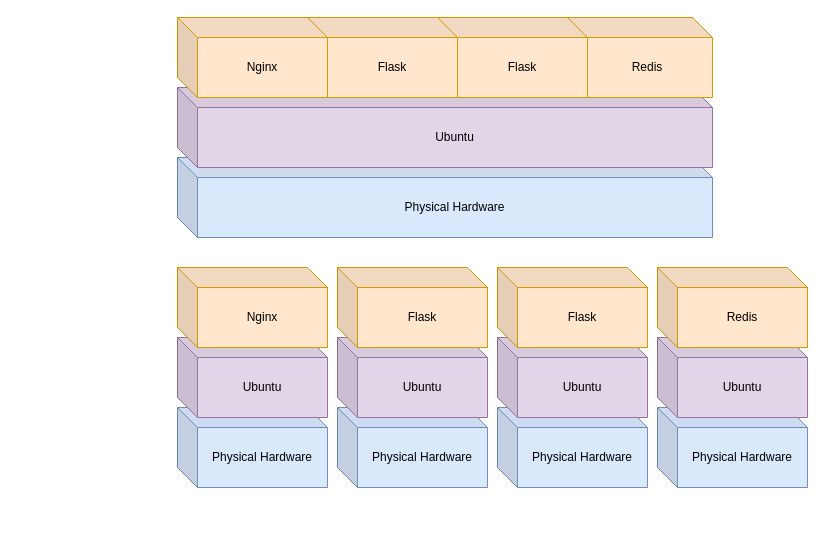
Above: page "bare-metal-deployment" (9 of 10) of slides/resources/diagrams.drawio in nych/docker-in-a-nutshell (draw.io), before the change. Source tidied: cells renumbered, new cells numbered last; positions are measured from the earlier drawing's top-left corner, leaving out a move shared by most shapes. Both pictures are drawn from the tidied source at 100%, with x=0, y=0 at pixel (177, 17).
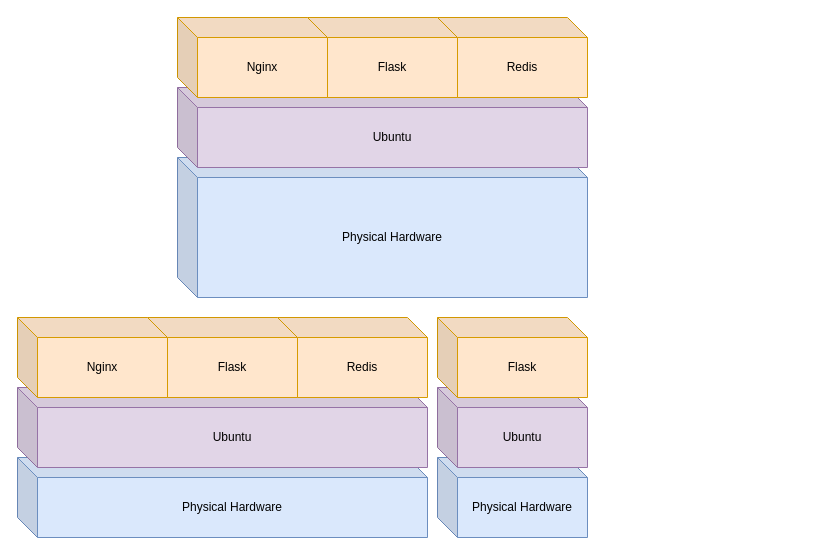
Above is the later version.

Change to the diagram source:
```diff
@@
-    <mxCell id="2" value="Physical Hardware" style="shape=cube;whiteSpace=wrap;html=1;boundedLbl=1;backgroundOutline=1;darkOpacity=0.05;darkOpacity2=0.1;fillColor=#dae8fc;strokeColor=#6c8ebf;" parent="1" vertex="1">
-      <mxGeometry y="390" width="150" height="80" as="geometry" />
-    </mxCell>
-    <mxCell id="3" value="Ubuntu" style="shape=cube;whiteSpace=wrap;html=1;boundedLbl=1;backgroundOutline=1;darkOpacity=0.05;darkOpacity2=0.1;fillColor=#e1d5e7;strokeColor=#9673a6;" parent="1" vertex="1">
-      <mxGeometry y="320" width="150" height="80" as="geometry" />
-    </mxCell>
-    <mxCell id="4" value="Nginx" style="shape=cube;whiteSpace=wrap;html=1;boundedLbl=1;backgroundOutline=1;darkOpacity=0.05;darkOpacity2=0.1;fillColor=#ffe6cc;strokeColor=#d79b00;" parent="1" vertex="1">
-      <mxGeometry y="250" width="150" height="80" as="geometry" />
-    </mxCell>
-    <mxCell id="5" value="Physical Hardware" style="shape=cube;whiteSpace=wrap;html=1;boundedLbl=1;backgroundOutline=1;darkOpacity=0.05;darkOpacity2=0.1;fillColor=#dae8fc;strokeColor=#6c8ebf;" parent="1" vertex="1">
-      <mxGeometry x="160" y="390" width="150" height="80" as="geometry" />
-    </mxCell>
-    <mxCell id="6" value="Ubuntu" style="shape=cube;whiteSpace=wrap;html=1;boundedLbl=1;backgroundOutline=1;darkOpacity=0.05;darkOpacity2=0.1;fillColor=#e1d5e7;strokeColor=#9673a6;" parent="1" vertex="1">
-      <mxGeometry x="160" y="320" width="150" height="80" as="geometry" />
-    </mxCell>
-    <mxCell id="7" value="Flask" style="shape=cube;whiteSpace=wrap;html=1;boundedLbl=1;backgroundOutline=1;darkOpacity=0.05;darkOpacity2=0.1;fillColor=#ffe6cc;strokeColor=#d79b00;" parent="1" vertex="1">
-      <mxGeometry x="160" y="250" width="150" height="80" as="geometry" />
-    </mxCell>
-    <mxCell id="8" value="Physical Hardware" style="shape=cube;whiteSpace=wrap;html=1;boundedLbl=1;backgroundOutline=1;darkOpacity=0.05;darkOpacity2=0.1;fillColor=#dae8fc;strokeColor=#6c8ebf;" parent="1" vertex="1">
-      <mxGeometry x="320" y="390" width="150" height="80" as="geometry" />
-    </mxCell>
-    <mxCell id="9" value="Ubuntu" style="shape=cube;whiteSpace=wrap;html=1;boundedLbl=1;backgroundOutline=1;darkOpacity=0.05;darkOpacity2=0.1;fillColor=#e1d5e7;strokeColor=#9673a6;" parent="1" vertex="1">
-      <mxGeometry x="320" y="320" width="150" height="80" as="geometry" />
-    </mxCell>
-    <mxCell id="10" value="Flask" style="shape=cube;whiteSpace=wrap;html=1;boundedLbl=1;backgroundOutline=1;darkOpacity=0.05;darkOpacity2=0.1;fillColor=#ffe6cc;strokeColor=#d79b00;" parent="1" vertex="1">
-      <mxGeometry x="320" y="250" width="150" height="80" as="geometry" />
-    </mxCell>
-    <mxCell id="11" value="Physical Hardware" style="shape=cube;whiteSpace=wrap;html=1;boundedLbl=1;backgroundOutline=1;darkOpacity=0.05;darkOpacity2=0.1;fillColor=#dae8fc;strokeColor=#6c8ebf;" parent="1" vertex="1">
-      <mxGeometry x="480" y="390" width="150" height="80" as="geometry" />
-    </mxCell>
-    <mxCell id="12" value="Ubuntu" style="shape=cube;whiteSpace=wrap;html=1;boundedLbl=1;backgroundOutline=1;darkOpacity=0.05;darkOpacity2=0.1;fillColor=#e1d5e7;strokeColor=#9673a6;" parent="1" vertex="1">
-      <mxGeometry x="480" y="320" width="150" height="80" as="geometry" />
-    </mxCell>
-    <mxCell id="13" value="Redis" style="shape=cube;whiteSpace=wrap;html=1;boundedLbl=1;backgroundOutline=1;darkOpacity=0.05;darkOpacity2=0.1;fillColor=#ffe6cc;strokeColor=#d79b00;" parent="1" vertex="1">
-      <mxGeometry x="480" y="250" width="150" height="80" as="geometry" />
-    </mxCell>
     <mxCell id="14" value="Physical Hardware" style="shape=cube;whiteSpace=wrap;html=1;boundedLbl=1;backgroundOutline=1;darkOpacity=0.05;darkOpacity2=0.1;fillColor=#dae8fc;strokeColor=#6c8ebf;" parent="1" vertex="1">
-      <mxGeometry y="140" width="535" height="80" as="geometry" />
+      <mxGeometry y="140" width="410" height="140" as="geometry" />
     </mxCell>
     <mxCell id="15" value="Ubuntu" style="shape=cube;whiteSpace=wrap;html=1;boundedLbl=1;backgroundOutline=1;darkOpacity=0.05;darkOpacity2=0.1;fillColor=#e1d5e7;strokeColor=#9673a6;" parent="1" vertex="1">
-      <mxGeometry y="70" width="535" height="80" as="geometry" />
+      <mxGeometry y="70" width="410" height="80" as="geometry" />
     </mxCell>
-    <mxCell id="16" style="group;" parent="1" vertex="1">
-      <mxGeometry width="535" height="80" as="geometry" />
-    </mxCell>
+    <mxCell id="21" style="group;" parent="1" vertex="1">
+      <mxGeometry width="410" height="80" as="geometry" />
+    </mxCell>
-    <mxCell id="17" value="Redis" style="shape=cube;whiteSpace=wrap;html=1;boundedLbl=1;backgroundOutline=1;darkOpacity=0.05;darkOpacity2=0.1;fillColor=#ffe6cc;strokeColor=#d79b00;" parent="16" vertex="1">
-      <mxGeometry x="385" width="150" height="80" as="geometry" />
+    <mxCell id="17" value="Redis" style="shape=cube;whiteSpace=wrap;html=1;boundedLbl=1;backgroundOutline=1;darkOpacity=0.05;darkOpacity2=0.1;fillColor=#ffe6cc;strokeColor=#d79b00;" parent="21" vertex="1">
+      <mxGeometry x="260" width="150" height="80" as="geometry" />
     </mxCell>
-    <mxCell id="18" value="Flask" style="shape=cube;whiteSpace=wrap;html=1;boundedLbl=1;backgroundOutline=1;darkOpacity=0.05;darkOpacity2=0.1;fillColor=#ffe6cc;strokeColor=#d79b00;" parent="16" vertex="1">
-      <mxGeometry x="260" width="150" height="80" as="geometry" />
-    </mxCell>
-    <mxCell id="19" value="Flask" style="shape=cube;whiteSpace=wrap;html=1;boundedLbl=1;backgroundOutline=1;darkOpacity=0.05;darkOpacity2=0.1;fillColor=#ffe6cc;strokeColor=#d79b00;" parent="16" vertex="1">
+    <mxCell id="19" value="Flask" style="shape=cube;whiteSpace=wrap;html=1;boundedLbl=1;backgroundOutline=1;darkOpacity=0.05;darkOpacity2=0.1;fillColor=#ffe6cc;strokeColor=#d79b00;" parent="21" vertex="1">
       <mxGeometry x="130" width="150" height="80" as="geometry" />
     </mxCell>
-    <mxCell id="20" value="Nginx" style="shape=cube;whiteSpace=wrap;html=1;boundedLbl=1;backgroundOutline=1;darkOpacity=0.05;darkOpacity2=0.1;fillColor=#ffe6cc;strokeColor=#d79b00;" parent="16" vertex="1">
+    <mxCell id="20" value="Nginx" style="shape=cube;whiteSpace=wrap;html=1;boundedLbl=1;backgroundOutline=1;darkOpacity=0.05;darkOpacity2=0.1;fillColor=#ffe6cc;strokeColor=#d79b00;" parent="21" vertex="1">
       <mxGeometry width="150" height="80" as="geometry" />
     </mxCell>
+    <mxCell id="22" value="Physical Hardware" style="shape=cube;whiteSpace=wrap;html=1;boundedLbl=1;backgroundOutline=1;darkOpacity=0.05;darkOpacity2=0.1;fillColor=#dae8fc;strokeColor=#6c8ebf;" parent="1" vertex="1">
+      <mxGeometry x="260" y="440" width="150" height="80" as="geometry" />
+    </mxCell>
+    <mxCell id="23" value="Ubuntu" style="shape=cube;whiteSpace=wrap;html=1;boundedLbl=1;backgroundOutline=1;darkOpacity=0.05;darkOpacity2=0.1;fillColor=#e1d5e7;strokeColor=#9673a6;" parent="1" vertex="1">
+      <mxGeometry x="260" y="370" width="150" height="80" as="geometry" />
+    </mxCell>
+    <mxCell id="24" value="Flask" style="shape=cube;whiteSpace=wrap;html=1;boundedLbl=1;backgroundOutline=1;darkOpacity=0.05;darkOpacity2=0.1;fillColor=#ffe6cc;strokeColor=#d79b00;" parent="1" vertex="1">
+      <mxGeometry x="260" y="300" width="150" height="80" as="geometry" />
+    </mxCell>
+    <mxCell id="25" value="Physical Hardware" style="shape=cube;whiteSpace=wrap;html=1;boundedLbl=1;backgroundOutline=1;darkOpacity=0.05;darkOpacity2=0.1;fillColor=#dae8fc;strokeColor=#6c8ebf;" parent="1" vertex="1">
+      <mxGeometry x="-160" y="440" width="410" height="80" as="geometry" />
+    </mxCell>
+    <mxCell id="26" value="Ubuntu" style="shape=cube;whiteSpace=wrap;html=1;boundedLbl=1;backgroundOutline=1;darkOpacity=0.05;darkOpacity2=0.1;fillColor=#e1d5e7;strokeColor=#9673a6;" parent="1" vertex="1">
+      <mxGeometry x="-160" y="370" width="410" height="80" as="geometry" />
+    </mxCell>
+    <mxCell id="27" style="group;" parent="1" vertex="1">
+      <mxGeometry x="-160" y="300" width="410" height="80" as="geometry" />
+    </mxCell>
+    <mxCell id="13" value="Redis" style="shape=cube;whiteSpace=wrap;html=1;boundedLbl=1;backgroundOutline=1;darkOpacity=0.05;darkOpacity2=0.1;fillColor=#ffe6cc;strokeColor=#d79b00;" parent="27" vertex="1">
+      <mxGeometry x="260" width="150" height="80" as="geometry" />
+    </mxCell>
+    <mxCell id="28" value="Flask" style="shape=cube;whiteSpace=wrap;html=1;boundedLbl=1;backgroundOutline=1;darkOpacity=0.05;darkOpacity2=0.1;fillColor=#ffe6cc;strokeColor=#d79b00;" parent="27" vertex="1">
+      <mxGeometry x="130" width="150" height="80" as="geometry" />
+    </mxCell>
+    <mxCell id="4" value="Nginx" style="shape=cube;whiteSpace=wrap;html=1;boundedLbl=1;backgroundOutline=1;darkOpacity=0.05;darkOpacity2=0.1;fillColor=#ffe6cc;strokeColor=#d79b00;" parent="27" vertex="1">
+      <mxGeometry width="150" height="80" as="geometry" />
+    </mxCell>
```
